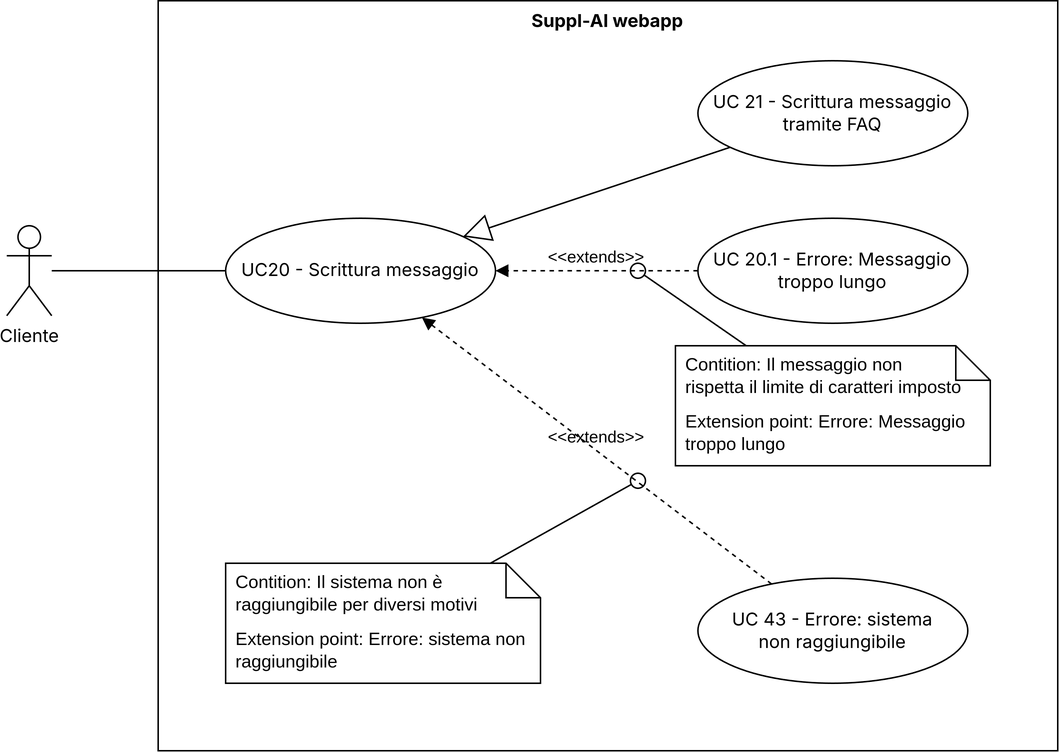
Above: 3 - PB/imgs/uc20.png in CodeHex16/documentazione (draw.io), before the change. Source tidied: cells renumbered, new cells last; positions are measured from the earlier drawing's top-left corner, leaving out a move shared by most shapes. Its diagram source:
```xml
<mxGraphModel>
  <root>
    <mxCell id="0" />
    <mxCell id="1" parent="0" />
    <mxCell id="2" value="Cliente" style="shape=umlActor;verticalLabelPosition=bottom;verticalAlign=top;html=1;outlineConnect=0;fontFamily=Inter;" parent="1" vertex="1">
      <mxGeometry y="150" width="30" height="60" as="geometry" />
    </mxCell>
    <mxCell id="3" value="Suppl-AI webapp" style="shape=rect;html=1;verticalAlign=top;fontStyle=1;whiteSpace=wrap;align=center;fontFamily=Inter;" parent="1" vertex="1">
      <mxGeometry x="101" width="600" height="500" as="geometry" />
    </mxCell>
    <mxCell id="4" value="UC20 - Scrittura messaggio" style="ellipse;whiteSpace=wrap;html=1;fontFamily=Inter;" parent="1" vertex="1">
      <mxGeometry x="146" y="145" width="180" height="70" as="geometry" />
    </mxCell>
    <mxCell id="5" value="UC 21 - Scrittura messaggio&lt;br&gt;tramite FAQ" style="ellipse;whiteSpace=wrap;html=1;fontFamily=Inter;" parent="1" vertex="1">
      <mxGeometry x="461" y="40" width="180" height="70" as="geometry" />
    </mxCell>
    <mxCell id="6" style="endArrow=none;html=1;rounded=0;" parent="1" edge="1" source="2" target="4">
      <mxGeometry relative="1" as="geometry" />
    </mxCell>
    <mxCell id="7" style="endArrow=block;endSize=16;endFill=0;html=1;rounded=0;" parent="1" edge="1" source="5" target="4">
      <mxGeometry relative="1" as="geometry" />
    </mxCell>
    <mxCell id="8" value="UC 20.1 - Errore: Messaggio troppo lungo" style="ellipse;whiteSpace=wrap;html=1;fontFamily=Inter;" parent="1" vertex="1">
      <mxGeometry x="461" y="145" width="180" height="70" as="geometry" />
    </mxCell>
    <mxCell id="9" style="endArrow=oval;html=1;rounded=0;endFill=0;endSize=10;" parent="1" edge="1" source="11">
      <mxGeometry relative="1" as="geometry">
        <mxPoint x="421" y="180" as="targetPoint" />
      </mxGeometry>
    </mxCell>
    <mxCell id="10" value="&amp;lt;&amp;lt;extends&amp;gt;&amp;gt;" style="html=1;verticalAlign=bottom;labelBackgroundColor=none;endArrow=block;endFill=1;dashed=1;rounded=0;" parent="1" edge="1" source="8" target="4">
      <mxGeometry relative="1" as="geometry" />
    </mxCell>
    <mxCell id="11" value="&lt;br&gt;Extension point: Errore: Messaggio troppo lungo" style="shape=note2;boundedLbl=1;whiteSpace=wrap;html=1;size=23;verticalAlign=top;align=left;spacingLeft=5;" parent="1" vertex="1">
      <mxGeometry x="446" y="230" width="210" height="80" as="geometry" />
    </mxCell>
    <mxCell id="12" value="&lt;span style=&quot;text-align: center;&quot;&gt;Contition: Il messaggio non &lt;br&gt;rispetta il limite di caratteri imposto&amp;nbsp;&lt;/span&gt;" style="strokeColor=none;fillColor=none;align=left;spacingLeft=5;whiteSpace=wrap;html=1;" parent="11" vertex="1">
      <mxGeometry width="210" height="40" relative="1" as="geometry" />
    </mxCell>
    <mxCell id="13" style="edgeStyle=orthogonalEdgeStyle;rounded=0;orthogonalLoop=1;jettySize=auto;html=1;exitX=0.5;exitY=1;exitDx=0;exitDy=0;" parent="11" edge="1" source="12" target="12">
      <mxGeometry relative="1" as="geometry" />
    </mxCell>
    <mxCell id="14" value="UC 43 - Errore: sistema &lt;br&gt;non raggiungibile" style="ellipse;whiteSpace=wrap;html=1;fontFamily=Inter;" parent="1" vertex="1">
      <mxGeometry x="461" y="385" width="180" height="70" as="geometry" />
    </mxCell>
    <mxCell id="15" value="&amp;lt;&amp;lt;extends&amp;gt;&amp;gt;" style="html=1;verticalAlign=bottom;labelBackgroundColor=none;endArrow=block;endFill=1;dashed=1;rounded=0;" parent="1" edge="1" source="14" target="4">
      <mxGeometry relative="1" as="geometry" />
    </mxCell>
    <mxCell id="16" style="endArrow=oval;html=1;rounded=0;endFill=0;endSize=10;" parent="1" edge="1" source="17">
      <mxGeometry relative="1" as="geometry">
        <mxPoint x="421" y="320" as="targetPoint" />
      </mxGeometry>
    </mxCell>
    <mxCell id="17" value="&lt;br&gt;Extension point: Errore: sistema non raggiungibile" style="shape=note2;boundedLbl=1;whiteSpace=wrap;html=1;size=23;verticalAlign=top;align=left;spacingLeft=5;" parent="1" vertex="1">
      <mxGeometry x="146" y="375" width="210" height="80" as="geometry" />
    </mxCell>
    <mxCell id="18" value="&lt;span style=&quot;text-align: center;&quot;&gt;Contition: Il sistema non è raggiungibile per diversi motivi&lt;/span&gt;" style="strokeColor=none;fillColor=none;align=left;spacingLeft=5;whiteSpace=wrap;html=1;" parent="17" vertex="1">
      <mxGeometry width="210" height="40" relative="1" as="geometry" />
    </mxCell>
    <mxCell id="19" style="edgeStyle=orthogonalEdgeStyle;rounded=0;orthogonalLoop=1;jettySize=auto;html=1;exitX=0.5;exitY=1;exitDx=0;exitDy=0;" parent="17" edge="1" source="18" target="18">
      <mxGeometry relative="1" as="geometry" />
    </mxCell>
  </root>
</mxGraphModel>
```
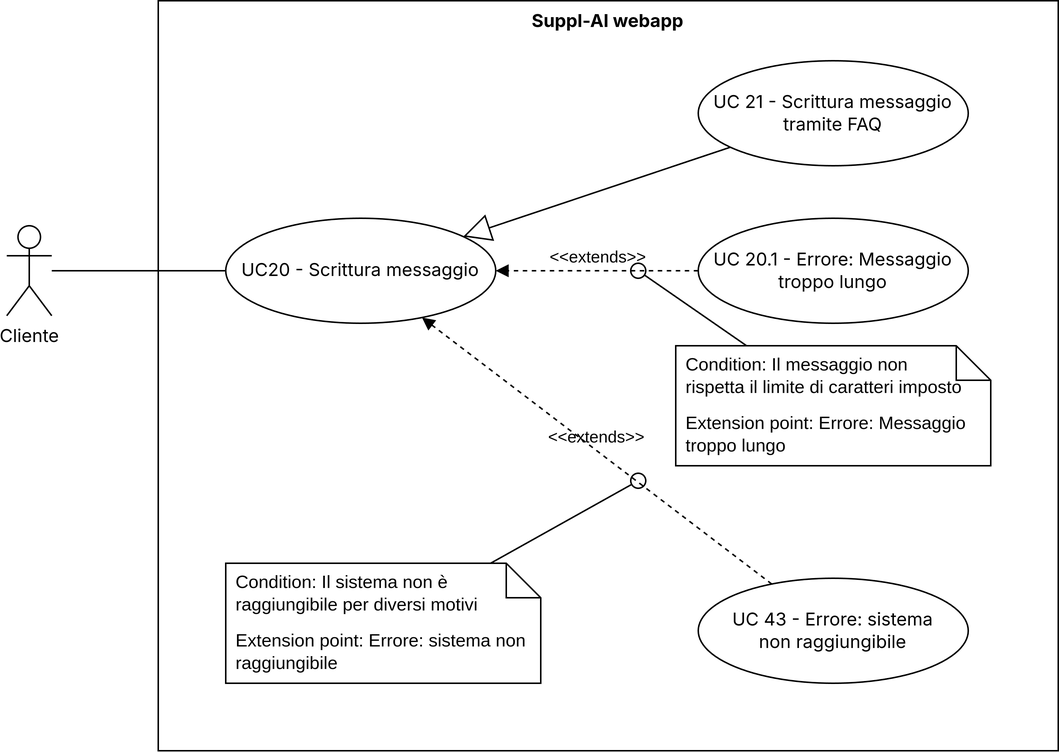
Above is the later version.

Diff of the diagram source:
```diff
@@ -34,7 +34,7 @@
     <mxCell id="11" value="&lt;br&gt;Extension point: Errore: Messaggio troppo lungo" style="shape=note2;boundedLbl=1;whiteSpace=wrap;html=1;size=23;verticalAlign=top;align=left;spacingLeft=5;" parent="1" vertex="1">
       <mxGeometry x="446" y="230" width="210" height="80" as="geometry" />
     </mxCell>
-    <mxCell id="12" value="&lt;span style=&quot;text-align: center;&quot;&gt;Contition: Il messaggio non &lt;br&gt;rispetta il limite di caratteri imposto&amp;nbsp;&lt;/span&gt;" style="strokeColor=none;fillColor=none;align=left;spacingLeft=5;whiteSpace=wrap;html=1;" parent="11" vertex="1">
+    <mxCell id="12" value="&lt;span style=&quot;text-align: center;&quot;&gt;Condition&lt;/span&gt;&lt;span style=&quot;text-align: center;&quot;&gt;: Il messaggio non &lt;br&gt;rispetta il limite di caratteri imposto&amp;nbsp;&lt;/span&gt;" style="strokeColor=none;fillColor=none;align=left;spacingLeft=5;whiteSpace=wrap;html=1;" parent="11" vertex="1">
       <mxGeometry width="210" height="40" relative="1" as="geometry" />
     </mxCell>
     <mxCell id="13" style="edgeStyle=orthogonalEdgeStyle;rounded=0;orthogonalLoop=1;jettySize=auto;html=1;exitX=0.5;exitY=1;exitDx=0;exitDy=0;" parent="11" edge="1" source="12" target="12">
@@ -54,7 +54,7 @@
     <mxCell id="17" value="&lt;br&gt;Extension point: Errore: sistema non raggiungibile" style="shape=note2;boundedLbl=1;whiteSpace=wrap;html=1;size=23;verticalAlign=top;align=left;spacingLeft=5;" parent="1" vertex="1">
       <mxGeometry x="146" y="375" width="210" height="80" as="geometry" />
     </mxCell>
-    <mxCell id="18" value="&lt;span style=&quot;text-align: center;&quot;&gt;Contition: Il sistema non è raggiungibile per diversi motivi&lt;/span&gt;" style="strokeColor=none;fillColor=none;align=left;spacingLeft=5;whiteSpace=wrap;html=1;" parent="17" vertex="1">
+    <mxCell id="18" value="&lt;span style=&quot;text-align: center;&quot;&gt;Condition&lt;/span&gt;&lt;span style=&quot;text-align: center;&quot;&gt;: Il sistema non è raggiungibile per diversi motivi&lt;/span&gt;" style="strokeColor=none;fillColor=none;align=left;spacingLeft=5;whiteSpace=wrap;html=1;" parent="17" vertex="1">
       <mxGeometry width="210" height="40" relative="1" as="geometry" />
     </mxCell>
     <mxCell id="19" style="edgeStyle=orthogonalEdgeStyle;rounded=0;orthogonalLoop=1;jettySize=auto;html=1;exitX=0.5;exitY=1;exitDx=0;exitDy=0;" parent="17" edge="1" source="18" target="18">
```
